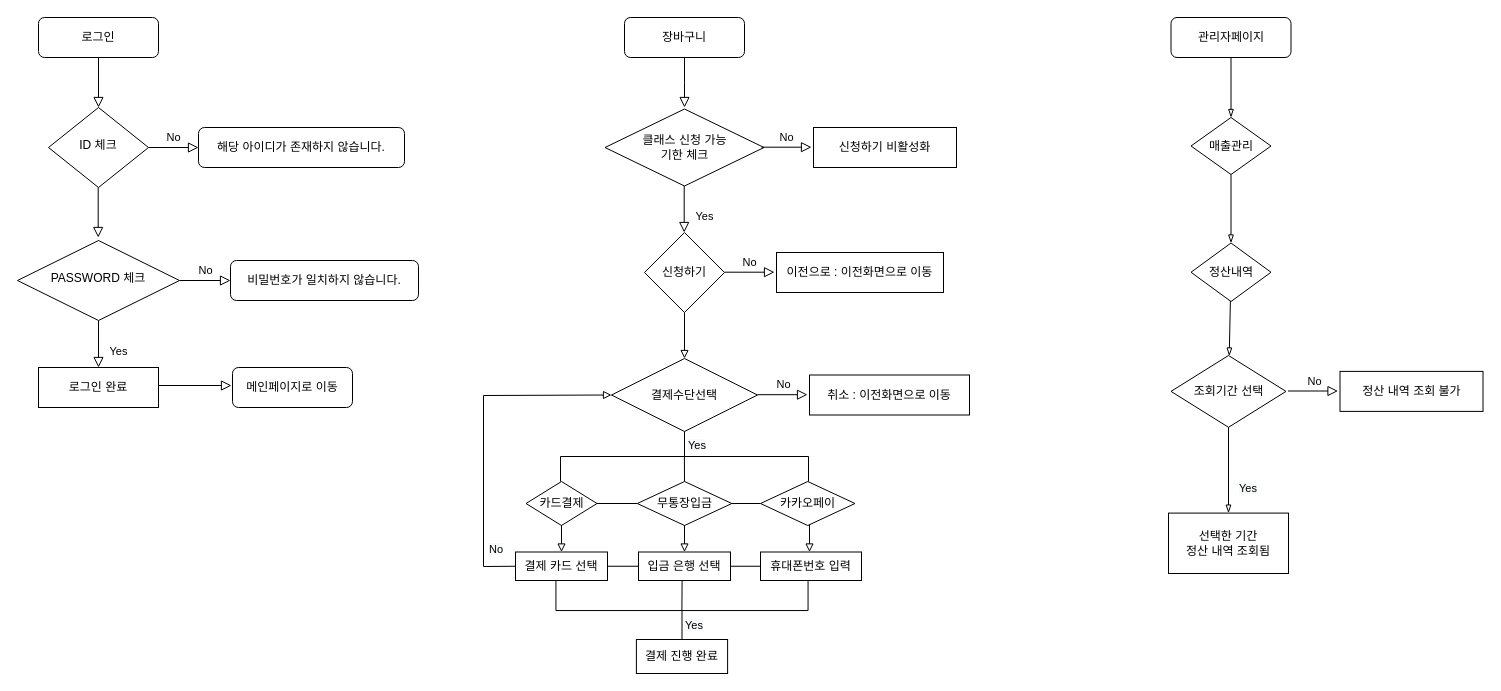
Before: Diagram_minju.drawio in eunjun9/semiproject, a draw.io diagram. Source tidied: cells renumbered, new cells numbered last; positions are measured from the earlier drawing's top-left corner, leaving out a move shared by most shapes. Both pictures are drawn from the tidied source at 100%, with x=0, y=0 at pixel (17, 17).
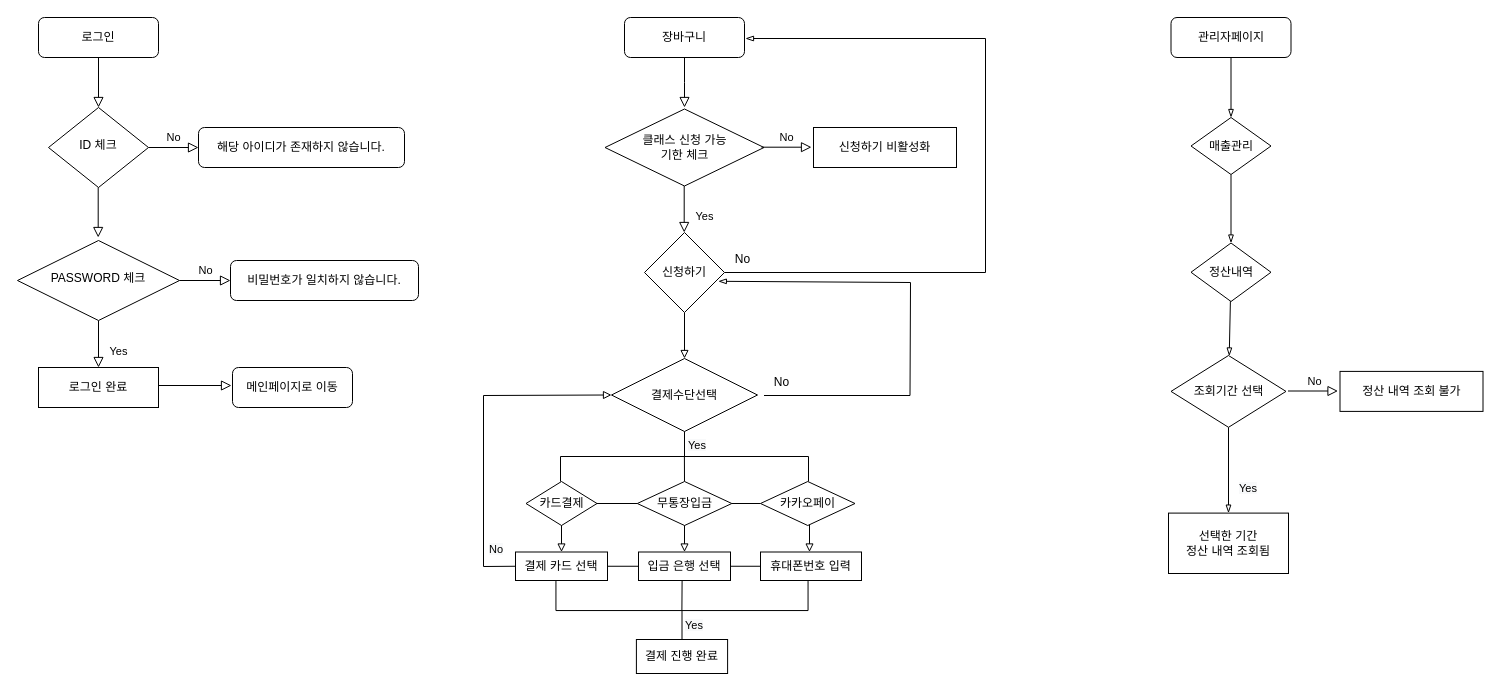
After the change.

Unchanged cells that the change refers to:
```xml
<mxCell id="19" value="신청하기" style="rhombus;whiteSpace=wrap;html=1;rounded=0;" parent="1" vertex="1">
  <mxGeometry x="627" y="215" width="80" height="80" as="geometry" />
</mxCell>
```

What changed in the source:
```diff
@@
+    <mxCell id="62" style="edgeStyle=none;rounded=0;jettySize=auto;html=1;exitX=1;exitY=0.5;exitDx=0;exitDy=0;endArrow=blockThin;endFill=0;startSize=6;strokeColor=default;" parent="1" edge="1" source="19">
+      <mxGeometry relative="1" as="geometry">
+        <mxPoint x="728" y="21" as="targetPoint" />
+        <Array as="points">
+          <mxPoint x="968" y="255" />
+          <mxPoint x="968" y="21" />
+        </Array>
+      </mxGeometry>
+    </mxCell>
@@
-    <mxCell id="24" value="취소 : 이전화면으로 이동" style="rounded=0;whiteSpace=wrap;html=1;fontSize=12;glass=0;strokeWidth=1;shadow=0;" parent="1" vertex="1">
-      <mxGeometry x="792" y="357.5" width="160" height="40" as="geometry" />
-    </mxCell>
-    <mxCell id="25" value="No" style="edgeStyle=orthogonalEdgeStyle;rounded=0;html=1;jettySize=auto;orthogonalLoop=1;fontSize=11;endArrow=block;endFill=0;endSize=8;strokeWidth=1;shadow=0;labelBackgroundColor=none;" parent="1" edge="1">
-      <mxGeometry x="0.04" y="10" relative="1" as="geometry">
-        <mxPoint x="740" y="377.2" as="sourcePoint" />
-        <mxPoint x="790" y="377.2" as="targetPoint" />
-      </mxGeometry>
-    </mxCell>
@@
-    <mxCell id="60" value="이전으로 : 이전화면으로 이동" style="rounded=0;whiteSpace=wrap;html=1;fontSize=12;glass=0;strokeWidth=1;shadow=0;" parent="1" vertex="1">
-      <mxGeometry x="759" y="235" width="167" height="40" as="geometry" />
-    </mxCell>
-    <mxCell id="61" value="No" style="edgeStyle=orthogonalEdgeStyle;rounded=0;html=1;jettySize=auto;orthogonalLoop=1;fontSize=11;endArrow=block;endFill=0;endSize=8;strokeWidth=1;shadow=0;labelBackgroundColor=none;" parent="1" edge="1">
-      <mxGeometry y="10" relative="1" as="geometry">
-        <mxPoint x="707" y="254.7" as="sourcePoint" />
-        <mxPoint x="757" y="254.7" as="targetPoint" />
-      </mxGeometry>
-    </mxCell>
+    <mxCell id="63" value="No" style="text;html=1;align=center;verticalAlign=middle;strokeColor=none;fillColor=none;" parent="1" vertex="1">
+      <mxGeometry x="712" y="233" width="25" height="18" as="geometry" />
+    </mxCell>
+    <mxCell id="64" style="edgeStyle=none;rounded=0;jettySize=auto;html=1;exitX=1;exitY=0.5;exitDx=0;exitDy=0;endArrow=blockThin;endFill=0;startSize=6;strokeColor=default;entryX=0.923;entryY=0.61;entryDx=0;entryDy=0;entryPerimeter=0;" parent="1" edge="1" target="19">
+      <mxGeometry relative="1" as="geometry">
+        <mxPoint x="746.5" y="378" as="sourcePoint" />
+        <Array as="points">
+          <mxPoint x="892.5" y="378" />
+          <mxPoint x="893" y="265" />
+        </Array>
+      </mxGeometry>
+    </mxCell>
+    <mxCell id="65" value="No" style="text;html=1;align=center;verticalAlign=middle;strokeColor=none;fillColor=none;" parent="1" vertex="1">
+      <mxGeometry x="751.5" y="356" width="25" height="18" as="geometry" />
+    </mxCell>
```
